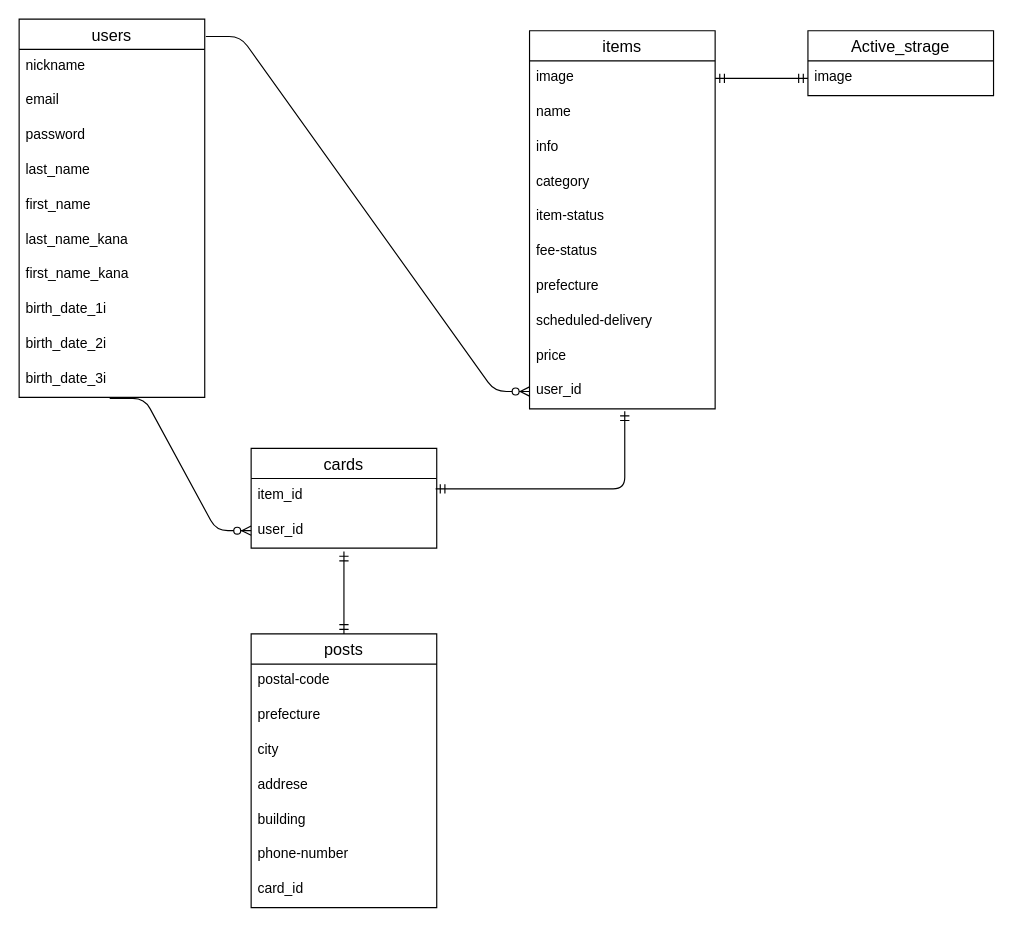
Earlier version of the draw.io diagram er.dio (tetutetu214/furima-31782). Source tidied: cells renumbered, new cells numbered last; positions are measured from the earlier drawing's top-left corner, leaving out a move shared by most shapes. Both pictures are drawn from the tidied source at 116%, with x=0, y=0 at pixel (19, 19).
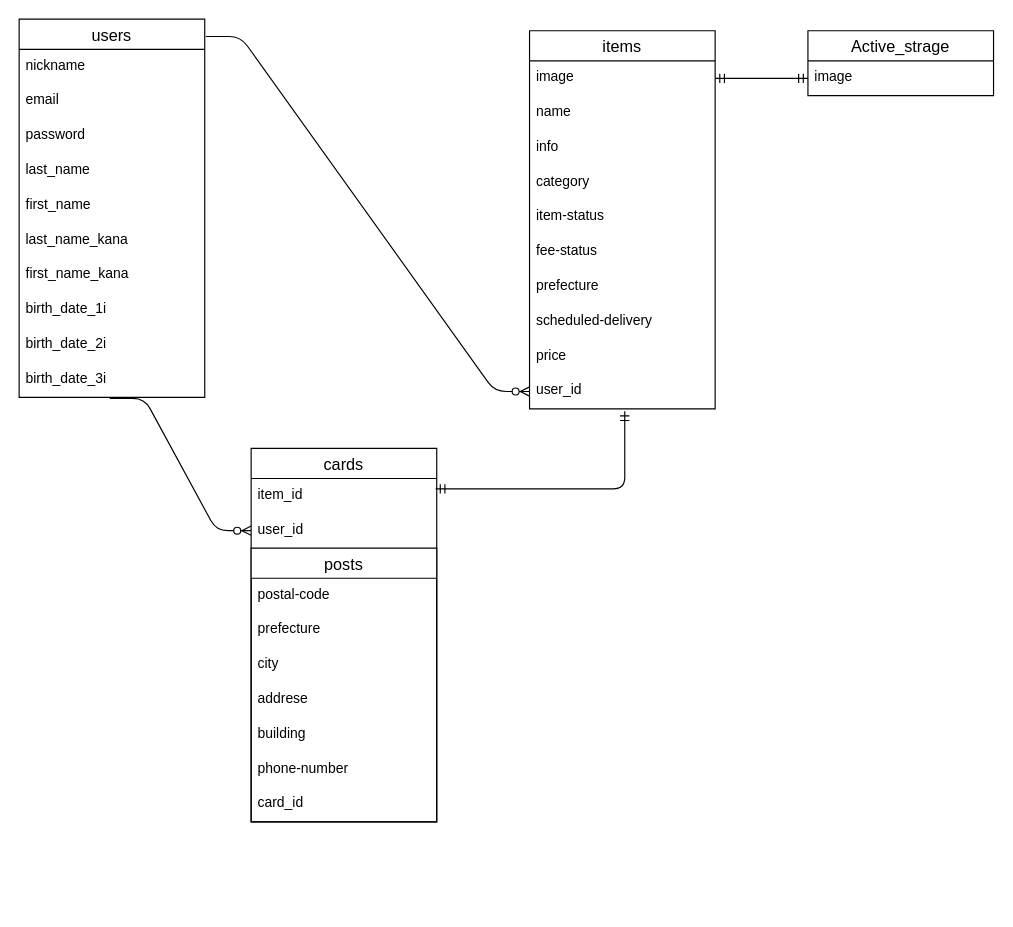
Above is the later version.

Commit message (it also covers changes not shown here):
Merge branch 'master' of https://github.com/tetutetu214/furima-31782

The change refers to these unchanged cells:
```xml
<mxCell id="32" value="user_id" style="text;strokeColor=none;fillColor=none;spacingLeft=4;spacingRight=4;overflow=hidden;points=[[0,0.5],[1,0.5]];portConstraint=eastwest;fontSize=12;" parent="30" vertex="1">
  <mxGeometry y="56" width="160" height="30" as="geometry" />
</mxCell>
```

Change to the diagram source:
```diff
@@
     <mxCell id="30" value="cards" style="swimlane;fontStyle=0;horizontal=1;startSize=26;align=center;fontSize=14;" parent="1" vertex="1">
-      <mxGeometry x="200" y="370" width="160" height="86" as="geometry" />
+      <mxGeometry x="200" y="370" width="160" height="322" as="geometry" />
     </mxCell>
@@
-    <mxCell id="33" style="fontSize=12;html=1;endArrow=ERmandOne;startArrow=ERmandOne;entryX=0.5;entryY=1.1;entryDx=0;entryDy=0;entryPerimeter=0;" parent="1" edge="1" source="34" target="32">
-      <mxGeometry relative="1" as="geometry" />
-    </mxCell>
-    <mxCell id="34" value="posts" style="swimlane;fontStyle=0;horizontal=1;startSize=26;align=center;fontSize=14;" parent="1" vertex="1">
-      <mxGeometry x="200" y="530" width="160" height="236" as="geometry" />
+    <mxCell id="34" value="posts" style="swimlane;fontStyle=0;horizontal=1;startSize=26;align=center;fontSize=14;" parent="30" vertex="1">
+      <mxGeometry y="86" width="160" height="236" as="geometry" />
     </mxCell>
```
